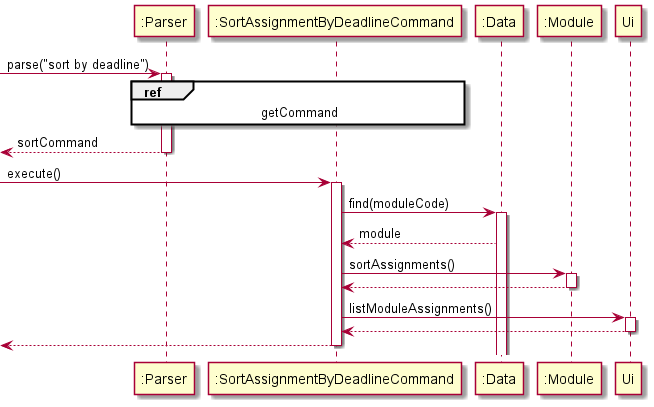
Above: docs/uml/SortAssignmentByDeadlineCommand.png in vaiish371/tp (PlantUML), before the change.
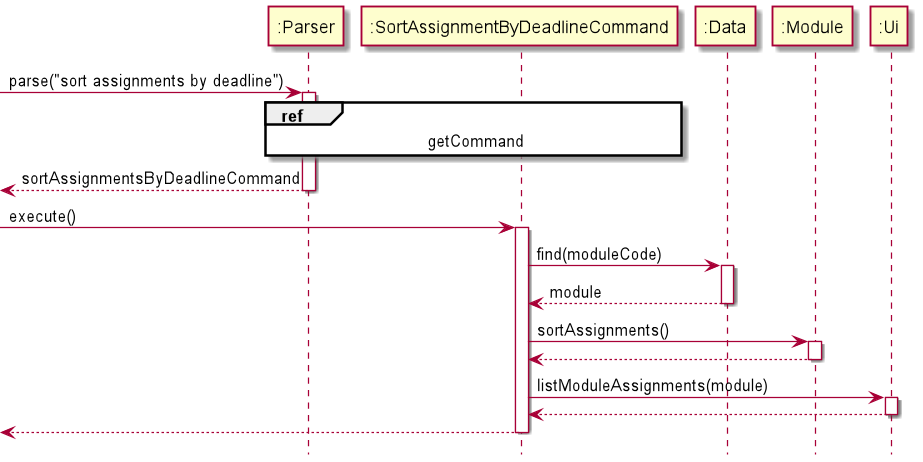
After the change.

Diff of the diagram source:
```diff
@@ -1,17 +1,20 @@
 @startuml
+
+hide footbox
 
 participant ":Parser" as Parser
 participant ":SortAssignmentByDeadlineCommand" as Command
 participant ":Data" as Data
 participant ":Module" as Module
+participant ":Ui" as Ui
 
 
-[-> Parser : parse("sort by deadline")
+[-> Parser : parse("sort assignments by deadline")
 activate Parser
 
 ref over Parser, Command : getCommand
 
-[<-- Parser : sortCommand
+[<-- Parser : sortAssignmentsByDeadlineCommand
 deactivate Parser
 
 [->Command : execute()
@@ -21,6 +24,7 @@
 activate Data
 
 Data --> Command : module
+deactivate Data
 
 Command -> Module : sortAssignments()
 activate Module
@@ -28,7 +32,7 @@
 Module --> Command
 deactivate Module
 
-Command -> Ui : listModuleAssignments()
+Command -> Ui : listModuleAssignments(module)
 activate Ui
 
 Ui --> Command
```
